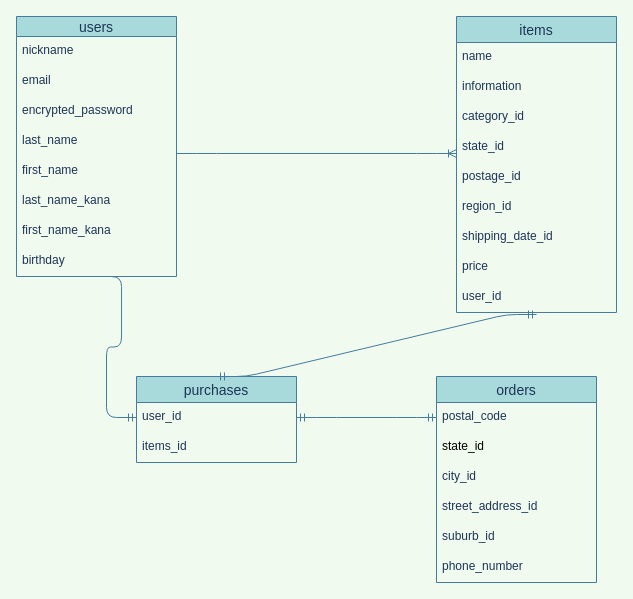
Earlier version of the draw.io diagram ER.dio (hosshan0514/furima-35428). Source tidied: cells renumbered, new cells numbered last; positions are measured from the earlier drawing's top-left corner, leaving out a move shared by most shapes. Both pictures are drawn from the tidied source at 100%, with x=0, y=0 at pixel (16, 16).
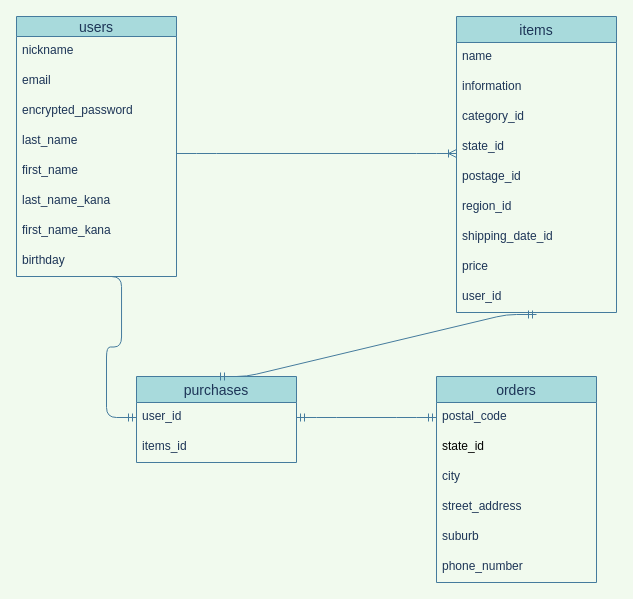
After the change.

Commit message (it also covers changes not shown here):
データベース設計：修正３回目

Unchanged cells that the change refers to:
```xml
<mxCell id="22" value="orders" style="swimlane;fontStyle=0;horizontal=1;startSize=26;align=center;fontSize=14;fillColor=#A8DADC;strokeColor=#457B9D;fontColor=#1D3557;" parent="1" vertex="1">
  <mxGeometry x="420" y="360" width="160" height="206" as="geometry" />
</mxCell>
```

What changed in the source:
```diff
@@
-    <mxCell id="25" value="city_id" style="text;strokeColor=none;fillColor=none;spacingLeft=4;spacingRight=4;overflow=hidden;fontSize=12;fontColor=#1D3557;" parent="22" vertex="1">
+    <mxCell id="25" value="city" style="text;strokeColor=none;fillColor=none;spacingLeft=4;spacingRight=4;overflow=hidden;fontSize=12;fontColor=#1D3557;" parent="22" vertex="1">
       <mxGeometry y="86" width="160" height="30" as="geometry" />
     </mxCell>
-    <mxCell id="26" value="street_address_id" style="text;strokeColor=none;fillColor=none;spacingLeft=4;spacingRight=4;overflow=hidden;fontSize=12;fontColor=#1D3557;" parent="22" vertex="1">
+    <mxCell id="26" value="street_address" style="text;strokeColor=none;fillColor=none;spacingLeft=4;spacingRight=4;overflow=hidden;fontSize=12;fontColor=#1D3557;" parent="22" vertex="1">
       <mxGeometry y="116" width="160" height="30" as="geometry" />
     </mxCell>
-    <mxCell id="27" value="suburb_id" style="text;strokeColor=none;fillColor=none;spacingLeft=4;spacingRight=4;overflow=hidden;fontSize=12;fontColor=#1D3557;" parent="22" vertex="1">
+    <mxCell id="27" value="suburb" style="text;strokeColor=none;fillColor=none;spacingLeft=4;spacingRight=4;overflow=hidden;fontSize=12;fontColor=#1D3557;" parent="22" vertex="1">
       <mxGeometry y="146" width="160" height="30" as="geometry" />
     </mxCell>
```
